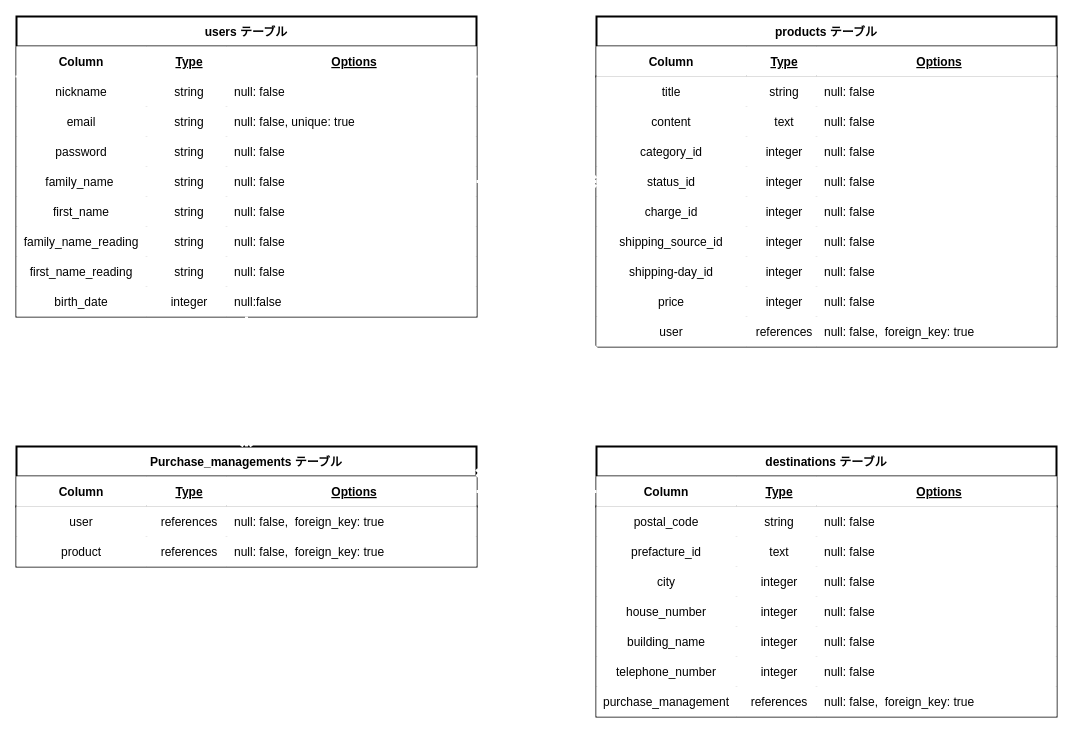
Before: furima-38177.dio in NaoyukiG/furima-38177, a draw.io diagram. Source tidied: cells renumbered, new cells numbered last; positions are measured from the earlier drawing's top-left corner, leaving out a move shared by most shapes. Both pictures are drawn from the tidied source at 100%, with x=0, y=0 at pixel (16, 16).
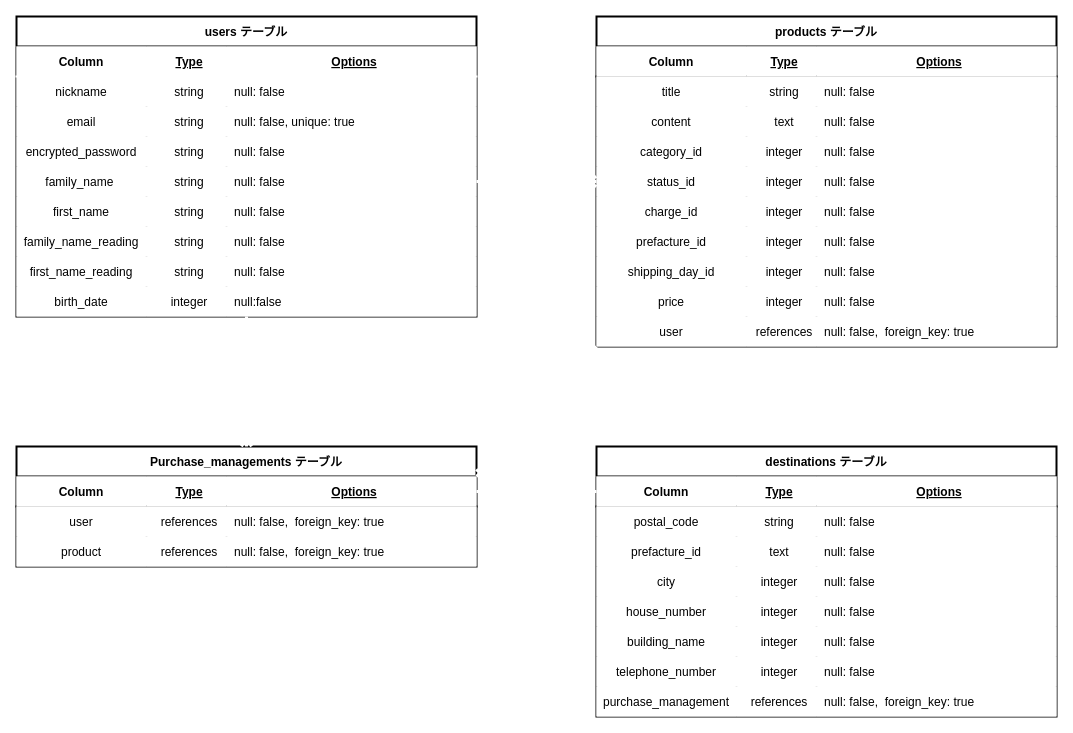
The same page after the edit.

Commit message:
ER図のスペルミスを修正

Unchanged cells that the change refers to:
```xml
<mxCell id="15" style="shape=partialRectangle;top=0;left=0;bottom=0;right=0;strokeWidth=2;" parent="2" vertex="1">
  <mxGeometry y="120" width="460" height="30" as="geometry" />
</mxCell>
<mxCell id="64" style="shape=partialRectangle;top=0;left=0;bottom=0;right=0;strokeWidth=2;" parent="39" vertex="1">
  <mxGeometry y="210" width="460" height="30" as="geometry" />
</mxCell>
<mxCell id="68" style="shape=partialRectangle;top=0;left=0;bottom=0;right=0;strokeWidth=2;" parent="39" vertex="1">
  <mxGeometry y="240" width="460" height="30" as="geometry" />
</mxCell>
```

The edit, as a diff of the source:
```diff
@@
-    <mxCell id="16" value="password" style="shape=partialRectangle;top=0;left=0;bottom=0;right=0;overflow=hidden;strokeWidth=2;" parent="15" vertex="1">
+    <mxCell id="16" value="encrypted_password" style="shape=partialRectangle;top=0;left=0;bottom=0;right=0;overflow=hidden;strokeWidth=2;" parent="15" vertex="1">
       <mxGeometry width="130" height="30" as="geometry" />
     </mxCell>
@@
-    <mxCell id="65" value="shipping_source_id" style="shape=partialRectangle;top=0;left=0;bottom=0;right=0;overflow=hidden;strokeWidth=2;" parent="64" vertex="1">
+    <mxCell id="65" value="prefacture_id" style="shape=partialRectangle;top=0;left=0;bottom=0;right=0;overflow=hidden;strokeWidth=2;" parent="64" vertex="1">
       <mxGeometry width="150" height="30" as="geometry" />
     </mxCell>
@@
-    <mxCell id="69" value="shipping-day_id" style="shape=partialRectangle;top=0;left=0;bottom=0;right=0;overflow=hidden;strokeWidth=2;" parent="68" vertex="1">
+    <mxCell id="69" value="shipping_day_id" style="shape=partialRectangle;top=0;left=0;bottom=0;right=0;overflow=hidden;strokeWidth=2;" parent="68" vertex="1">
       <mxGeometry width="150" height="30" as="geometry" />
     </mxCell>
```
